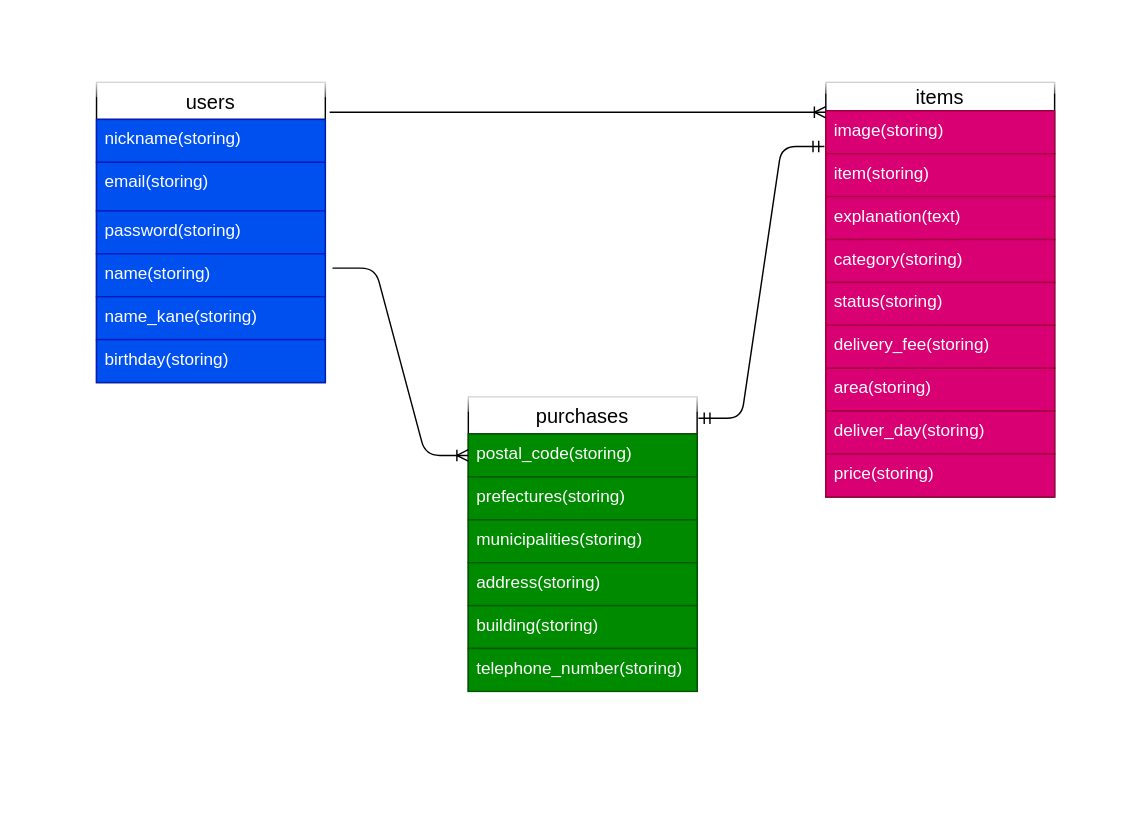
waribasi/furima-36985 keeps this draw.io diagram as furima.dio. Above is the earlier version. Source tidied: cells renumbered, new cells numbered last; positions are measured from the earlier drawing's top-left corner, leaving out a move shared by most shapes. Both pictures are drawn from the tidied source at 143%, with x=0, y=0 at pixel (96, 82).
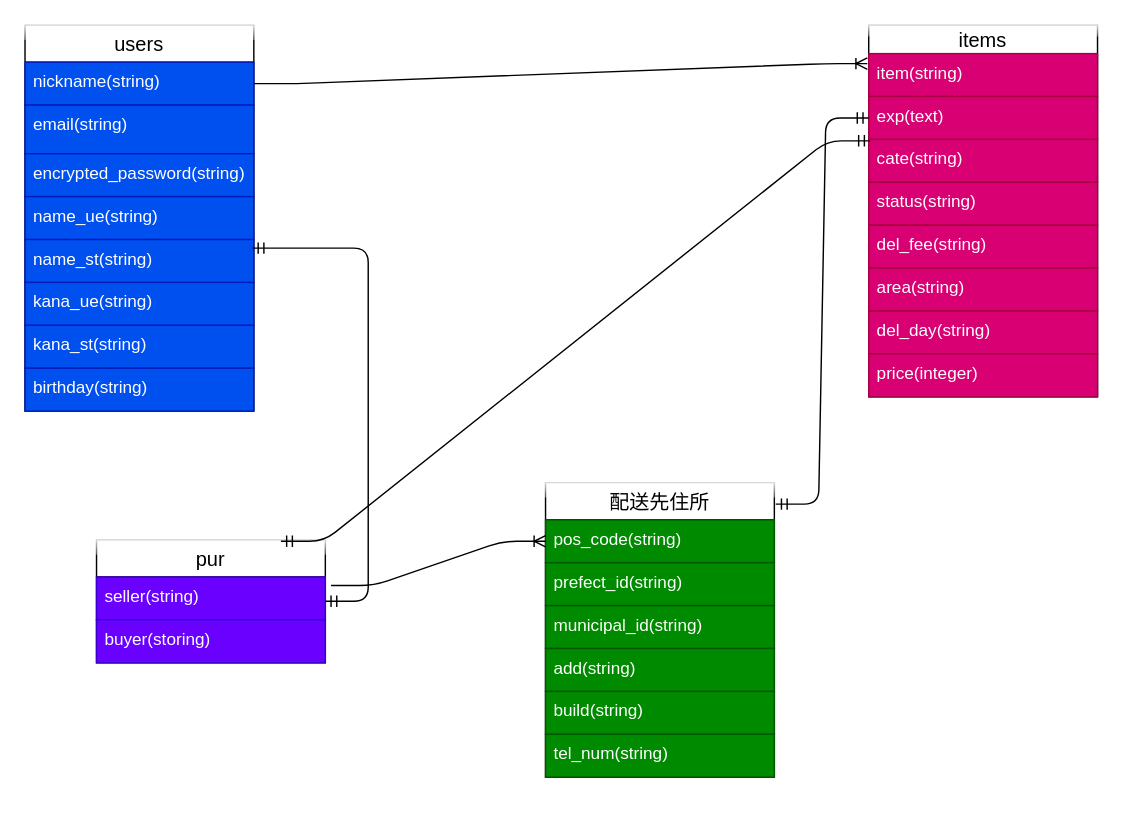
The same diagram, later.

Commit message (it also covers changes not shown here):
データベース設計（修正）

Diff of the diagram source:
```diff
@@
     <mxCell id="2" value="users" style="swimlane;fontStyle=0;horizontal=1;startSize=26;align=center;fontSize=14;glass=1;" parent="1" vertex="1">
-      <mxGeometry width="160" height="210" as="geometry" />
+      <mxGeometry x="-50" y="-40" width="160" height="270" as="geometry" />
     </mxCell>
-    <mxCell id="3" value="nickname(storing)" style="text;strokeColor=#001DBC;fillColor=#0050ef;spacingLeft=4;spacingRight=4;overflow=hidden;points=[[0,0.5],[1,0.5]];portConstraint=eastwest;fontSize=12;fontColor=#ffffff;" parent="2" vertex="1">
+    <mxCell id="3" value="nickname(string)" style="text;strokeColor=#001DBC;fillColor=#0050ef;spacingLeft=4;spacingRight=4;overflow=hidden;points=[[0,0.5],[1,0.5]];portConstraint=eastwest;fontSize=12;fontColor=#ffffff;" parent="2" vertex="1">
       <mxGeometry y="26" width="160" height="30" as="geometry" />
     </mxCell>
-    <mxCell id="4" value="email(storing)" style="text;strokeColor=#001DBC;fillColor=#0050ef;spacingLeft=4;spacingRight=4;overflow=hidden;fontSize=12;fontColor=#ffffff;" parent="2" vertex="1">
+    <mxCell id="4" value="email(string)" style="text;strokeColor=#001DBC;fillColor=#0050ef;spacingLeft=4;spacingRight=4;overflow=hidden;fontSize=12;fontColor=#ffffff;" parent="2" vertex="1">
       <mxGeometry y="56" width="160" height="34" as="geometry" />
     </mxCell>
-    <mxCell id="5" value="password(storing)&#10;" style="text;strokeColor=#001DBC;fillColor=#0050ef;spacingLeft=4;spacingRight=4;overflow=hidden;fontSize=12;fontColor=#ffffff;" parent="2" vertex="1">
+    <mxCell id="5" value="encrypted_password(string)&#10;" style="text;strokeColor=#001DBC;fillColor=#0050ef;spacingLeft=4;spacingRight=4;overflow=hidden;fontSize=12;fontColor=#ffffff;" parent="2" vertex="1">
       <mxGeometry y="90" width="160" height="30" as="geometry" />
     </mxCell>
-    <mxCell id="6" value="name(storing)" style="text;strokeColor=#001DBC;fillColor=#0050ef;spacingLeft=4;spacingRight=4;overflow=hidden;fontSize=12;fontColor=#ffffff;" parent="2" vertex="1">
+    <mxCell id="6" value="name_ue(string)" style="text;strokeColor=#001DBC;fillColor=#0050ef;spacingLeft=4;spacingRight=4;overflow=hidden;fontSize=12;fontColor=#ffffff;" parent="2" vertex="1">
       <mxGeometry y="120" width="160" height="30" as="geometry" />
     </mxCell>
+    <mxCell id="30" value="name_st(string)" style="text;strokeColor=#001DBC;fillColor=#0050ef;spacingLeft=4;spacingRight=4;overflow=hidden;points=[[0,0.5],[1,0.5]];portConstraint=eastwest;fontSize=12;fontColor=#ffffff;" parent="2" vertex="1">
+      <mxGeometry y="150" width="160" height="30" as="geometry" />
+    </mxCell>
-    <mxCell id="7" value="name_kane(storing)" style="text;strokeColor=#001DBC;fillColor=#0050ef;spacingLeft=4;spacingRight=4;overflow=hidden;fontSize=12;fontColor=#ffffff;" parent="2" vertex="1">
-      <mxGeometry y="150" width="160" height="30" as="geometry" />
+    <mxCell id="7" value="kana_ue(string)" style="text;strokeColor=#001DBC;fillColor=#0050ef;spacingLeft=4;spacingRight=4;overflow=hidden;fontSize=12;fontColor=#ffffff;" parent="2" vertex="1">
+      <mxGeometry y="180" width="160" height="30" as="geometry" />
     </mxCell>
+    <mxCell id="31" value="kana_st(string)" style="text;strokeColor=#001DBC;fillColor=#0050ef;spacingLeft=4;spacingRight=4;overflow=hidden;fontSize=12;fontColor=#ffffff;" parent="2" vertex="1">
+      <mxGeometry y="210" width="160" height="30" as="geometry" />
+    </mxCell>
-    <mxCell id="8" value="birthday(storing)" style="text;strokeColor=#001DBC;fillColor=#0050ef;spacingLeft=4;spacingRight=4;overflow=hidden;fontSize=12;fontColor=#ffffff;" parent="2" vertex="1">
-      <mxGeometry y="180" width="160" height="30" as="geometry" />
+    <mxCell id="8" value="birthday(string)" style="text;strokeColor=#001DBC;fillColor=#0050ef;spacingLeft=4;spacingRight=4;overflow=hidden;fontSize=12;fontColor=#ffffff;" parent="2" vertex="1">
+      <mxGeometry y="240" width="160" height="30" as="geometry" />
     </mxCell>
     <mxCell id="9" value="items" style="swimlane;fontStyle=0;horizontal=1;startSize=20;align=center;fontSize=14;glass=1;" parent="1" vertex="1">
-      <mxGeometry x="510" width="160" height="290" as="geometry" />
+      <mxGeometry x="540" y="-40" width="160" height="260" as="geometry" />
     </mxCell>
-    <mxCell id="10" value="image(storing)" style="text;strokeColor=#A50040;fillColor=#d80073;spacingLeft=4;spacingRight=4;overflow=hidden;points=[[0,0.5],[1,0.5]];portConstraint=eastwest;fontSize=12;fontColor=#ffffff;" parent="9" vertex="1">
-      <mxGeometry y="20" width="160" height="30" as="geometry" />
-    </mxCell>
-    <mxCell id="11" value="item(storing)" style="text;strokeColor=#A50040;fillColor=#d80073;spacingLeft=4;spacingRight=4;overflow=hidden;points=[[0,0.5],[1,0.5]];portConstraint=eastwest;fontSize=12;fontColor=#ffffff;" parent="9" vertex="1">
-      <mxGeometry y="50" width="160" height="30" as="geometry" />
+    <mxCell id="11" value="item(string)" style="text;strokeColor=#A50040;fillColor=#d80073;spacingLeft=4;spacingRight=4;overflow=hidden;points=[[0,0.5],[1,0.5]];portConstraint=eastwest;fontSize=12;fontColor=#ffffff;" parent="9" vertex="1">
+      <mxGeometry y="20" width="160" height="30" as="geometry" />
     </mxCell>
-    <mxCell id="12" value="explanation(text)" style="text;strokeColor=#A50040;fillColor=#d80073;spacingLeft=4;spacingRight=4;overflow=hidden;fontSize=12;fontColor=#ffffff;" parent="9" vertex="1">
-      <mxGeometry y="80" width="160" height="30" as="geometry" />
+    <mxCell id="12" value="exp(text)" style="text;strokeColor=#A50040;fillColor=#d80073;spacingLeft=4;spacingRight=4;overflow=hidden;fontSize=12;fontColor=#ffffff;" parent="9" vertex="1">
+      <mxGeometry y="50" width="160" height="30" as="geometry" />
     </mxCell>
-    <mxCell id="13" value="category(storing)" style="text;strokeColor=#A50040;fillColor=#d80073;spacingLeft=4;spacingRight=4;overflow=hidden;points=[[0,0.5],[1,0.5]];portConstraint=eastwest;fontSize=12;fontColor=#ffffff;" parent="9" vertex="1">
-      <mxGeometry y="110" width="160" height="30" as="geometry" />
+    <mxCell id="13" value="cate(string)" style="text;strokeColor=#A50040;fillColor=#d80073;spacingLeft=4;spacingRight=4;overflow=hidden;points=[[0,0.5],[1,0.5]];portConstraint=eastwest;fontSize=12;fontColor=#ffffff;" parent="9" vertex="1">
+      <mxGeometry y="80" width="160" height="30" as="geometry" />
     </mxCell>
-    <mxCell id="14" value="status(storing)" style="text;strokeColor=#A50040;fillColor=#d80073;spacingLeft=4;spacingRight=4;overflow=hidden;fontSize=12;fontColor=#ffffff;" parent="9" vertex="1">
-      <mxGeometry y="140" width="160" height="30" as="geometry" />
+    <mxCell id="14" value="status(string)" style="text;strokeColor=#A50040;fillColor=#d80073;spacingLeft=4;spacingRight=4;overflow=hidden;fontSize=12;fontColor=#ffffff;" parent="9" vertex="1">
+      <mxGeometry y="110" width="160" height="30" as="geometry" />
     </mxCell>
-    <mxCell id="15" value="delivery_fee(storing)" style="text;strokeColor=#A50040;fillColor=#d80073;spacingLeft=4;spacingRight=4;overflow=hidden;fontSize=12;fontColor=#ffffff;" parent="9" vertex="1">
-      <mxGeometry y="170" width="160" height="30" as="geometry" />
+    <mxCell id="15" value="del_fee(string)" style="text;strokeColor=#A50040;fillColor=#d80073;spacingLeft=4;spacingRight=4;overflow=hidden;fontSize=12;fontColor=#ffffff;" parent="9" vertex="1">
+      <mxGeometry y="140" width="160" height="30" as="geometry" />
     </mxCell>
-    <mxCell id="16" value="area(storing)" style="text;strokeColor=#A50040;fillColor=#d80073;spacingLeft=4;spacingRight=4;overflow=hidden;fontSize=12;fontColor=#ffffff;" parent="9" vertex="1">
-      <mxGeometry y="200" width="160" height="30" as="geometry" />
+    <mxCell id="16" value="area(string)" style="text;strokeColor=#A50040;fillColor=#d80073;spacingLeft=4;spacingRight=4;overflow=hidden;fontSize=12;fontColor=#ffffff;" parent="9" vertex="1">
+      <mxGeometry y="170" width="160" height="30" as="geometry" />
     </mxCell>
-    <mxCell id="17" value="deliver_day(storing)" style="text;strokeColor=#A50040;fillColor=#d80073;spacingLeft=4;spacingRight=4;overflow=hidden;fontSize=12;fontColor=#ffffff;" parent="9" vertex="1">
-      <mxGeometry y="230" width="160" height="30" as="geometry" />
+    <mxCell id="17" value="del_day(string)" style="text;strokeColor=#A50040;fillColor=#d80073;spacingLeft=4;spacingRight=4;overflow=hidden;fontSize=12;fontColor=#ffffff;" parent="9" vertex="1">
+      <mxGeometry y="200" width="160" height="30" as="geometry" />
     </mxCell>
-    <mxCell id="18" value="price(storing)" style="text;strokeColor=#A50040;fillColor=#d80073;spacingLeft=4;spacingRight=4;overflow=hidden;fontSize=12;fontColor=#ffffff;" parent="9" vertex="1">
-      <mxGeometry y="260" width="160" height="30" as="geometry" />
+    <mxCell id="18" value="price(integer)" style="text;strokeColor=#A50040;fillColor=#d80073;spacingLeft=4;spacingRight=4;overflow=hidden;fontSize=12;fontColor=#ffffff;" parent="9" vertex="1">
+      <mxGeometry y="230" width="160" height="30" as="geometry" />
     </mxCell>
-    <mxCell id="19" value="purchases" style="swimlane;fontStyle=0;horizontal=1;startSize=26;align=center;fontSize=14;glass=1;" parent="1" vertex="1">
-      <mxGeometry x="260" y="220" width="160" height="206" as="geometry" />
+    <mxCell id="19" value="配送先住所" style="swimlane;fontStyle=0;horizontal=1;startSize=26;align=center;fontSize=14;glass=1;" parent="1" vertex="1">
+      <mxGeometry x="314" y="280" width="160" height="206" as="geometry" />
     </mxCell>
-    <mxCell id="20" value="postal_code(storing)" style="text;strokeColor=#005700;fillColor=#008a00;spacingLeft=4;spacingRight=4;overflow=hidden;points=[[0,0.5],[1,0.5]];portConstraint=eastwest;fontSize=12;fontColor=#ffffff;" parent="19" vertex="1">
+    <mxCell id="20" value="pos_code(string)" style="text;strokeColor=#005700;fillColor=#008a00;spacingLeft=4;spacingRight=4;overflow=hidden;points=[[0,0.5],[1,0.5]];portConstraint=eastwest;fontSize=12;fontColor=#ffffff;" parent="19" vertex="1">
       <mxGeometry y="26" width="160" height="30" as="geometry" />
     </mxCell>
-    <mxCell id="21" value="prefectures(storing)" style="text;strokeColor=#005700;fillColor=#008a00;spacingLeft=4;spacingRight=4;overflow=hidden;fontSize=12;fontColor=#ffffff;" parent="19" vertex="1">
+    <mxCell id="21" value="prefect_id(string)" style="text;strokeColor=#005700;fillColor=#008a00;spacingLeft=4;spacingRight=4;overflow=hidden;fontSize=12;fontColor=#ffffff;" parent="19" vertex="1">
       <mxGeometry y="56" width="160" height="30" as="geometry" />
     </mxCell>
-    <mxCell id="22" value="municipalities(storing)" style="text;strokeColor=#005700;fillColor=#008a00;spacingLeft=4;spacingRight=4;overflow=hidden;fontSize=12;fontColor=#ffffff;" parent="19" vertex="1">
+    <mxCell id="22" value="municipal_id(string)" style="text;strokeColor=#005700;fillColor=#008a00;spacingLeft=4;spacingRight=4;overflow=hidden;fontSize=12;fontColor=#ffffff;" parent="19" vertex="1">
       <mxGeometry y="86" width="160" height="30" as="geometry" />
     </mxCell>
-    <mxCell id="23" value="address(storing)" style="text;strokeColor=#005700;fillColor=#008a00;spacingLeft=4;spacingRight=4;overflow=hidden;fontSize=12;fontColor=#ffffff;" parent="19" vertex="1">
+    <mxCell id="23" value="add(string)" style="text;strokeColor=#005700;fillColor=#008a00;spacingLeft=4;spacingRight=4;overflow=hidden;fontSize=12;fontColor=#ffffff;" parent="19" vertex="1">
       <mxGeometry y="116" width="160" height="30" as="geometry" />
     </mxCell>
-    <mxCell id="24" value="building(storing)" style="text;strokeColor=#005700;fillColor=#008a00;spacingLeft=4;spacingRight=4;overflow=hidden;fontSize=12;fontColor=#ffffff;" parent="19" vertex="1">
+    <mxCell id="24" value="build(string)" style="text;strokeColor=#005700;fillColor=#008a00;spacingLeft=4;spacingRight=4;overflow=hidden;fontSize=12;fontColor=#ffffff;" parent="19" vertex="1">
       <mxGeometry y="146" width="160" height="30" as="geometry" />
     </mxCell>
-    <mxCell id="25" value="telephone_number(storing)" style="text;strokeColor=#005700;fillColor=#008a00;spacingLeft=4;spacingRight=4;overflow=hidden;fontSize=12;fontColor=#ffffff;" parent="19" vertex="1">
+    <mxCell id="25" value="tel_num(string)" style="text;strokeColor=#005700;fillColor=#008a00;spacingLeft=4;spacingRight=4;overflow=hidden;fontSize=12;fontColor=#ffffff;" parent="19" vertex="1">
       <mxGeometry y="176" width="160" height="30" as="geometry" />
     </mxCell>
-    <mxCell id="26" style="edgeStyle=entityRelationEdgeStyle;fontSize=12;html=1;endArrow=ERoneToMany;entryX=0;entryY=0.5;entryDx=0;entryDy=0;" parent="1" edge="1" target="20">
-      <mxGeometry relative="1" as="geometry">
-        <mxPoint x="165" y="130" as="sourcePoint" />
-      </mxGeometry>
+    <mxCell id="26" style="edgeStyle=entityRelationEdgeStyle;fontSize=12;html=1;endArrow=ERoneToMany;entryX=0;entryY=0.5;entryDx=0;entryDy=0;exitX=1.025;exitY=0.2;exitDx=0;exitDy=0;exitPerimeter=0;" parent="1" edge="1" source="33" target="20">
+      <mxGeometry relative="1" as="geometry" />
     </mxCell>
@@
-    <mxCell id="28" style="edgeStyle=entityRelationEdgeStyle;fontSize=12;html=1;endArrow=ERoneToMany;exitX=1.019;exitY=-0.167;exitDx=0;exitDy=0;exitPerimeter=0;entryX=0;entryY=0.033;entryDx=0;entryDy=0;entryPerimeter=0;" parent="1" edge="1" source="3" target="10">
+    <mxCell id="28" style="edgeStyle=entityRelationEdgeStyle;fontSize=12;html=1;endArrow=ERoneToMany;exitX=1;exitY=0.5;exitDx=0;exitDy=0;entryX=-0.006;entryY=0.233;entryDx=0;entryDy=0;entryPerimeter=0;" parent="1" edge="1" source="3" target="11">
       <mxGeometry relative="1" as="geometry" />
     </mxCell>
-    <mxCell id="29" style="edgeStyle=entityRelationEdgeStyle;fontSize=12;html=1;endArrow=ERmandOne;startArrow=ERmandOne;exitX=1.006;exitY=0.073;exitDx=0;exitDy=0;exitPerimeter=0;entryX=-0.006;entryY=-0.167;entryDx=0;entryDy=0;entryPerimeter=0;" parent="1" edge="1" source="19" target="11">
+    <mxCell id="29" style="edgeStyle=entityRelationEdgeStyle;fontSize=12;html=1;endArrow=ERmandOne;startArrow=ERmandOne;exitX=1.006;exitY=0.073;exitDx=0;exitDy=0;exitPerimeter=0;entryX=0;entryY=0.25;entryDx=0;entryDy=0;" parent="1" edge="1" source="19" target="9">
       <mxGeometry relative="1" as="geometry" />
     </mxCell>
+    <mxCell id="32" value="pur" style="swimlane;fontStyle=0;horizontal=1;startSize=26;align=center;fontSize=14;glass=1;" parent="1" vertex="1">
+      <mxGeometry y="320" width="160" height="86" as="geometry" />
+    </mxCell>
+    <mxCell id="33" value="seller(string)" style="text;strokeColor=#3700CC;fillColor=#6a00ff;spacingLeft=4;spacingRight=4;overflow=hidden;points=[[0,0.5],[1,0.5]];portConstraint=eastwest;fontSize=12;fontColor=#ffffff;" parent="32" vertex="1">
+      <mxGeometry y="26" width="160" height="30" as="geometry" />
+    </mxCell>
+    <mxCell id="34" value="buyer(storing)" style="text;strokeColor=#3700CC;fillColor=#6a00ff;spacingLeft=4;spacingRight=4;overflow=hidden;fontSize=12;fontColor=#ffffff;" parent="32" vertex="1">
+      <mxGeometry y="56" width="160" height="30" as="geometry" />
+    </mxCell>
+    <mxCell id="35" style="edgeStyle=entityRelationEdgeStyle;fontSize=12;html=1;endArrow=ERmandOne;startArrow=ERmandOne;entryX=0.994;entryY=0.2;entryDx=0;entryDy=0;entryPerimeter=0;" parent="1" edge="1" source="32" target="30">
+      <mxGeometry relative="1" as="geometry" />
+    </mxCell>
+    <mxCell id="36" style="edgeStyle=entityRelationEdgeStyle;fontSize=12;html=1;endArrow=ERmandOne;startArrow=ERmandOne;exitX=0.806;exitY=0.012;exitDx=0;exitDy=0;exitPerimeter=0;entryX=0.006;entryY=0.033;entryDx=0;entryDy=0;entryPerimeter=0;" parent="1" edge="1" source="32" target="13">
+      <mxGeometry relative="1" as="geometry" />
+    </mxCell>
```
